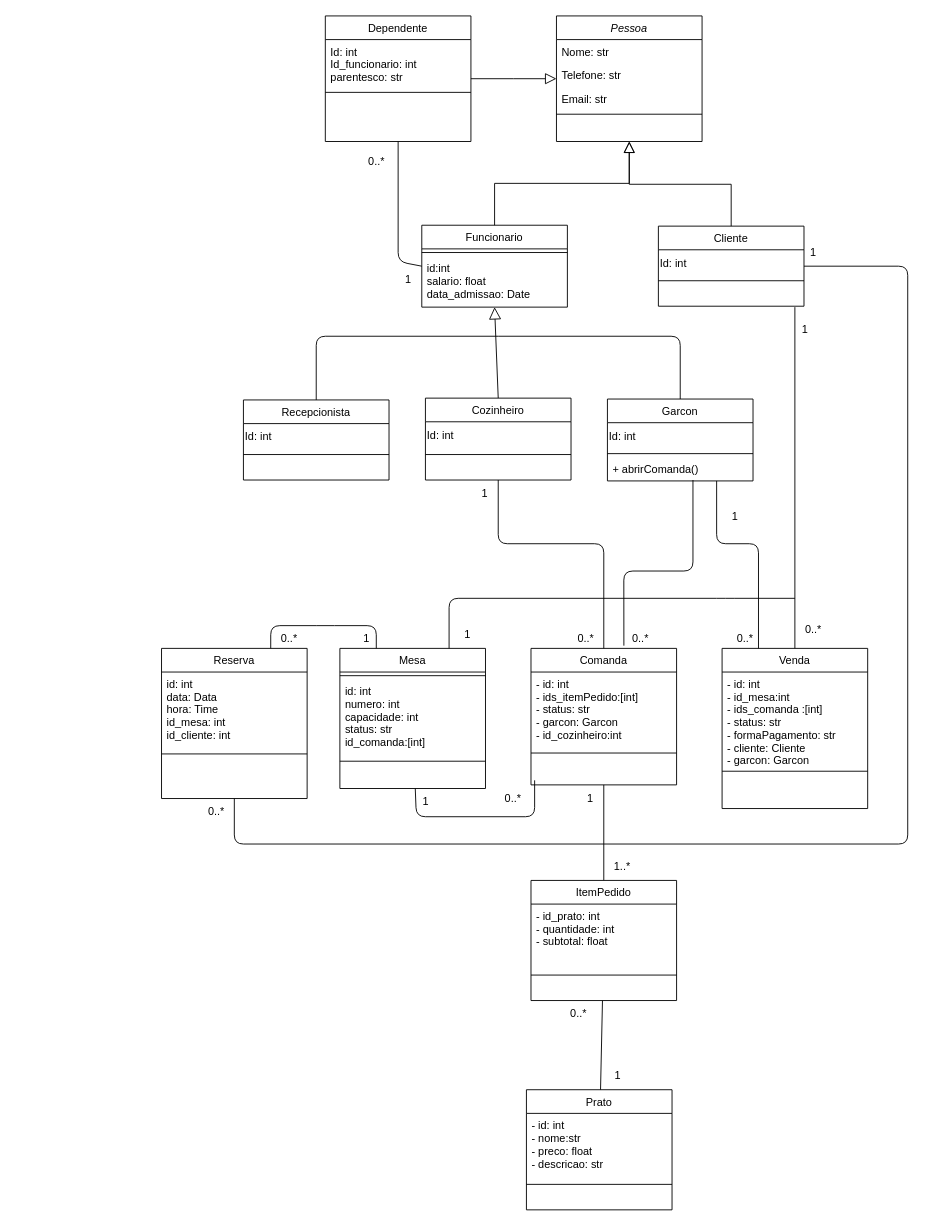
The draw.io diagram Diagrama_de_Classes.drawio in F-moreno/Gerenciador_Restaurante, before the edit. Source tidied: cells renumbered, new cells numbered last; positions are measured from the earlier drawing's top-left corner, leaving out a move shared by most shapes. Both pictures are drawn from the tidied source at 91%, with x=0, y=0 at pixel (143, 15).
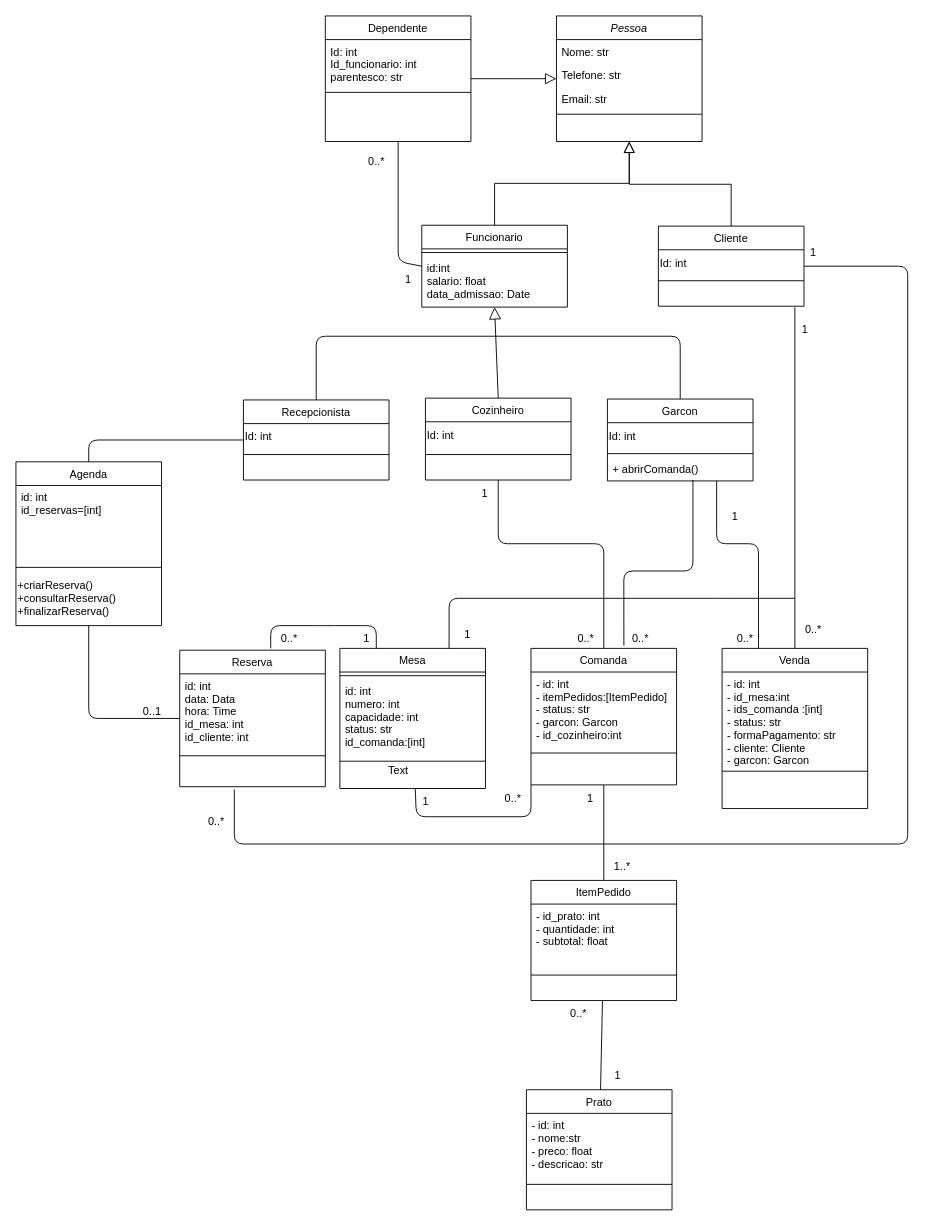
Above is the later version.

Commit message (it also covers changes not shown here):
Criação das classes de funcionários

The change refers to these unchanged cells:
```xml
<mxCell id="16" value="Cliente" style="swimlane;fontStyle=0;align=center;verticalAlign=top;horizontal=1;startSize=26;rounded=0;shadow=0;strokeWidth=1;" parent="1" vertex="1">
  <mxGeometry x="566" y="231" width="160" height="88" as="geometry" />
</mxCell>
<mxCell id="20" value="Recepcionista" style="swimlane;fontStyle=0;align=center;verticalAlign=top;horizontal=1;startSize=26;rounded=0;shadow=0;strokeWidth=1;" parent="1" vertex="1">
  <mxGeometry x="110" y="422" width="160" height="88" as="geometry" />
</mxCell>
<mxCell id="36" value="Mesa" style="swimlane;fontStyle=0;align=center;verticalAlign=top;horizontal=1;startSize=26;rounded=0;shadow=0;strokeWidth=1;" parent="1" vertex="1">
  <mxGeometry x="216" y="695" width="160" height="154" as="geometry" />
</mxCell>
<mxCell id="40" value="Comanda" style="swimlane;fontStyle=0;align=center;verticalAlign=top;horizontal=1;startSize=26;rounded=0;shadow=0;strokeWidth=1;" parent="1" vertex="1">
  <mxGeometry x="426" y="695" width="160" height="150" as="geometry" />
</mxCell>
```

What changed in the source:
```diff
@@
-    <mxCell id="33" value="Reserva" style="swimlane;fontStyle=0;align=center;verticalAlign=top;horizontal=1;startSize=26;rounded=0;shadow=0;strokeWidth=1;" parent="1" vertex="1">
-      <mxGeometry x="20" y="695" width="160" height="165" as="geometry" />
-    </mxCell>
-    <mxCell id="34" value="id: int&#10;data: Data&#10;hora: Time&#10;id_mesa: int&#10;id_cliente: int" style="text;align=left;verticalAlign=top;spacingLeft=4;spacingRight=4;overflow=hidden;" parent="33" vertex="1">
-      <mxGeometry y="26" width="160" height="86" as="geometry" />
-    </mxCell>
-    <mxCell id="35" style="line;html=1;strokeWidth=1;align=left;verticalAlign=middle;spacingTop=-1;spacingLeft=3;spacingRight=3;labelPosition=right;" parent="33" vertex="1">
-      <mxGeometry y="112" width="160" height="8" as="geometry" />
-    </mxCell>
@@
-    <mxCell id="41" value="- id: int&#10;- ids_itemPedido:[int]&#10;- status: str&#10;- garcon: Garcon&#10;- id_cozinheiro:int" style="text;align=left;verticalAlign=top;spacingLeft=4;spacingRight=4;overflow=hidden;" parent="40" vertex="1">
+    <mxCell id="41" value="- id: int&#10;- itemPedidos:[ItemPedido]&#10;- status: str&#10;- garcon: Garcon&#10;- id_cozinheiro:int" style="text;align=left;verticalAlign=top;spacingLeft=4;spacingRight=4;overflow=hidden;" parent="40" vertex="1">
       <mxGeometry y="26" width="160" height="84" as="geometry" />
     </mxCell>
@@
-    <mxCell id="51" style="endArrow=none;html=1;" parent="1" edge="1" source="36">
+    <mxCell id="51" style="endArrow=none;html=1;entryX=0;entryY=1;entryDx=0;entryDy=0;" parent="1" edge="1" source="36" target="40">
       <mxGeometry relative="1" as="geometry">
-        <mxPoint x="430" y="840" as="targetPoint" />
         <Array as="points">
           <mxPoint x="300" y="880" />
-          <mxPoint x="430" y="880" />
+          <mxPoint x="426" y="880" />
         </Array>
       </mxGeometry>
     </mxCell>
@@
-    <mxCell id="58" style="edgeStyle=none;html=1;exitX=0.75;exitY=0;exitDx=0;exitDy=0;entryX=0.25;entryY=0;entryDx=0;entryDy=0;endArrow=none;endFill=0;" parent="1" edge="1" source="33" target="36">
+    <mxCell id="58" style="edgeStyle=none;html=1;exitX=0.75;exitY=0;exitDx=0;exitDy=0;entryX=0.25;entryY=0;entryDx=0;entryDy=0;endArrow=none;endFill=0;" parent="1" edge="1" target="36">
       <mxGeometry relative="1" as="geometry">
+        <mxPoint x="140" y="695" as="sourcePoint" />
         <Array as="points">
           <mxPoint x="140" y="670" />
           <mxPoint x="200" y="670" />
           <mxPoint x="256" y="670" />
         </Array>
       </mxGeometry>
     </mxCell>
@@
-    <mxCell id="74" style="endArrow=none;html=1;" parent="1" edge="1" source="33" target="16">
+    <mxCell id="74" style="endArrow=none;html=1;" parent="1" edge="1" target="16">
       <mxGeometry relative="1" as="geometry">
+        <mxPoint x="100" y="850" as="sourcePoint" />
         <Array as="points">
           <mxPoint x="100" y="910" />
           <mxPoint x="840" y="910" />
           <mxPoint x="840" y="275" />
         </Array>
       </mxGeometry>
     </mxCell>
@@
     <mxCell id="79" value="0..*" style="text;html=1;align=center;verticalAlign=middle;strokeColor=none;fillColor=none;" parent="1" vertex="1">
-      <mxGeometry y="860" width="160" height="30" as="geometry" />
+      <mxGeometry y="871" width="160" height="30" as="geometry" />
     </mxCell>
@@
+    <mxCell id="82" value="Text" style="text;html=1;align=center;verticalAlign=middle;strokeColor=none;fillColor=none;" parent="1" vertex="1">
+      <mxGeometry x="255" y="815" width="50" height="30" as="geometry" />
+    </mxCell>
+    <mxCell id="33" value="Reserva" style="swimlane;fontStyle=0;align=center;verticalAlign=top;horizontal=1;startSize=26;rounded=0;shadow=0;strokeWidth=1;" parent="1" vertex="1">
+      <mxGeometry x="40" y="697" width="160" height="150" as="geometry" />
+    </mxCell>
+    <mxCell id="34" value="id: int&#10;data: Data&#10;hora: Time&#10;id_mesa: int&#10;id_cliente: int" style="text;align=left;verticalAlign=top;spacingLeft=4;spacingRight=4;overflow=hidden;" parent="33" vertex="1">
+      <mxGeometry y="26" width="160" height="86" as="geometry" />
+    </mxCell>
+    <mxCell id="83" style="line;html=1;strokeWidth=1;align=left;verticalAlign=middle;spacingTop=-1;spacingLeft=3;spacingRight=3;labelPosition=right;" parent="33" vertex="1">
+      <mxGeometry y="112" width="160" height="8" as="geometry" />
+    </mxCell>
+    <mxCell id="84" value="&lt;div style=&quot;&quot;&gt;&lt;br&gt;&lt;/div&gt;" style="text;html=1;align=left;verticalAlign=middle;strokeColor=none;fillColor=none;" parent="33" vertex="1">
+      <mxGeometry y="120" width="160" height="30" as="geometry" />
+    </mxCell>
+    <mxCell id="85" value="Agenda" style="swimlane;fontStyle=0;align=center;verticalAlign=top;horizontal=1;startSize=26;rounded=0;shadow=0;strokeWidth=1;" parent="1" vertex="1">
+      <mxGeometry x="-140" y="490" width="160" height="180" as="geometry" />
+    </mxCell>
+    <mxCell id="86" value="id: int&#10;id_reservas=[int]" style="text;align=left;verticalAlign=top;spacingLeft=4;spacingRight=4;overflow=hidden;" parent="85" vertex="1">
+      <mxGeometry y="26" width="160" height="86" as="geometry" />
+    </mxCell>
+    <mxCell id="87" style="line;html=1;strokeWidth=1;align=left;verticalAlign=middle;spacingTop=-1;spacingLeft=3;spacingRight=3;labelPosition=right;" parent="85" vertex="1">
+      <mxGeometry y="112" width="160" height="8" as="geometry" />
+    </mxCell>
+    <mxCell id="88" value="&lt;div style=&quot;&quot;&gt;&lt;span style=&quot;background-color: initial;&quot;&gt;+criarReserva()&lt;/span&gt;&lt;/div&gt;&lt;div style=&quot;&quot;&gt;&lt;span style=&quot;background-color: initial;&quot;&gt;+consultarReserva()&lt;/span&gt;&lt;/div&gt;&lt;div style=&quot;&quot;&gt;&lt;span style=&quot;background-color: initial;&quot;&gt;+finalizarReserva()&lt;/span&gt;&lt;/div&gt;" style="text;html=1;align=left;verticalAlign=middle;strokeColor=none;fillColor=none;" parent="85" vertex="1">
+      <mxGeometry y="120" width="160" height="60" as="geometry" />
+    </mxCell>
+    <mxCell id="89" style="endArrow=none;html=1;" parent="1" edge="1" source="85" target="33">
+      <mxGeometry relative="1" as="geometry">
+        <Array as="points">
+          <mxPoint x="-60" y="772" />
+        </Array>
+      </mxGeometry>
+    </mxCell>
+    <mxCell id="90" value="0..1" style="text;html=1;strokeColor=none;fillColor=none;align=center;verticalAlign=middle;whiteSpace=wrap;rounded=0;" parent="1" vertex="1">
+      <mxGeometry x="-20" y="750" width="60" height="30" as="geometry" />
+    </mxCell>
+    <mxCell id="91" style="endArrow=none;html=1;exitX=0.5;exitY=0;exitDx=0;exitDy=0;" parent="1" edge="1" source="85" target="20">
+      <mxGeometry relative="1" as="geometry">
+        <Array as="points">
+          <mxPoint x="-60" y="466" />
+        </Array>
+      </mxGeometry>
+    </mxCell>
```
